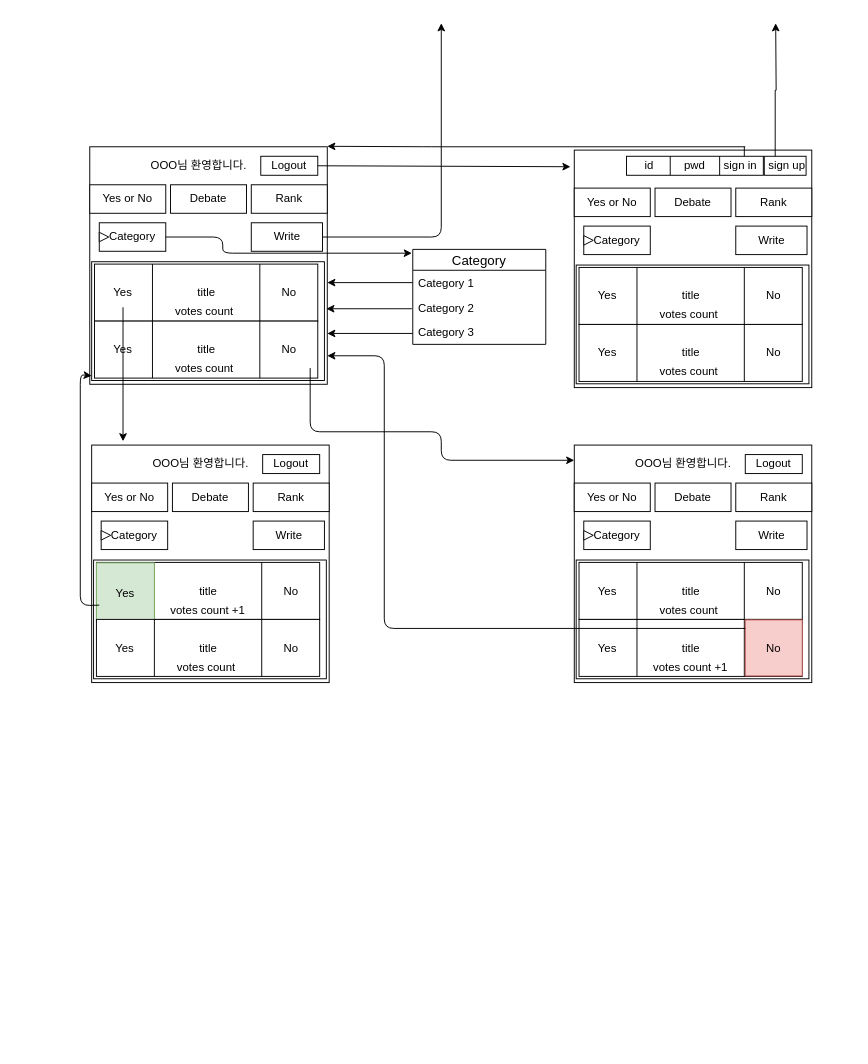
monchana/TalkCraft keeps this draw.io diagram as drawio_images/swpp201901_debate_Diagram.drawio. Above is the earlier version. Source tidied: cells renumbered, new cells numbered last; positions are measured from the earlier drawing's top-left corner, leaving out a move shared by most shapes. Both pictures are drawn from the tidied source at 95%, with x=0, y=0 at pixel (80, 23).
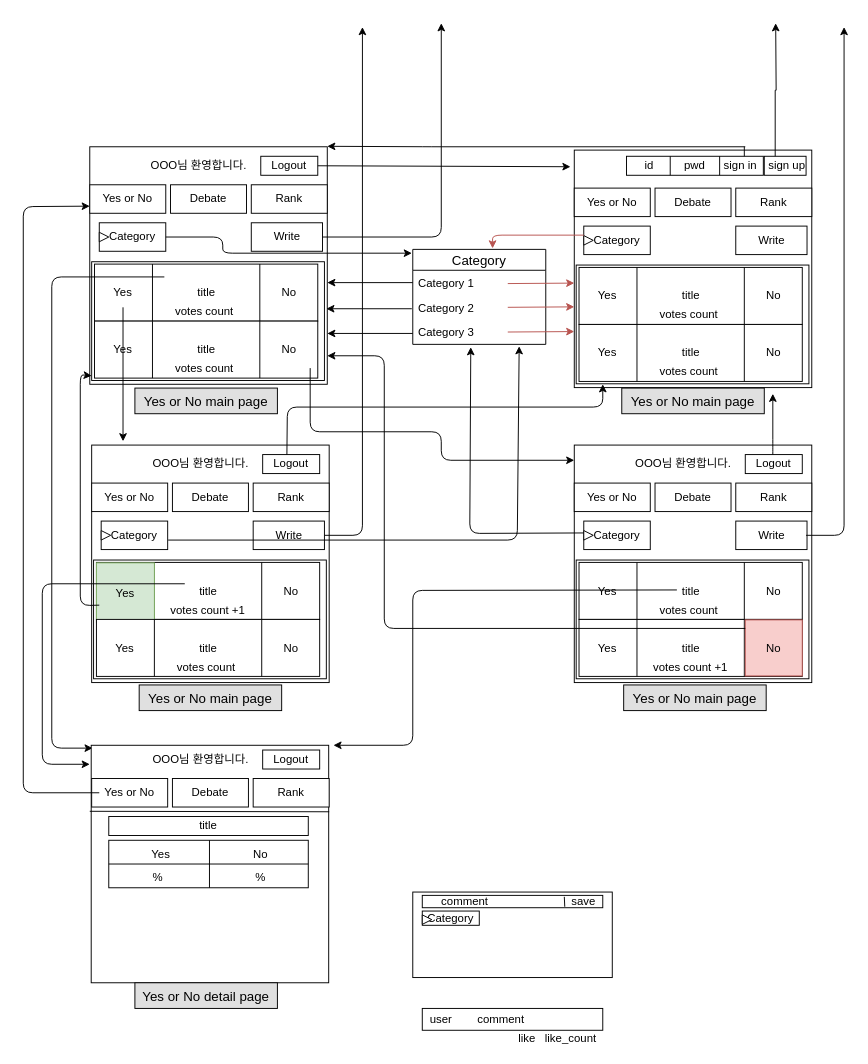
The same page after the edit.

Unchanged cells that the change refers to:
```xml
<mxCell id="6" style="rounded=0;whiteSpace=wrap;html=1;" parent="1" vertex="1">
  <mxGeometry x="10" y="170" width="80" height="30" as="geometry" />
</mxCell>
<mxCell id="18" value="Category" style="swimlane;fontStyle=0;horizontal=1;startSize=22;fillColor=none;swimlaneFillColor=#ffffff;align=center;fontSize=14;" parent="1" vertex="1">
  <mxGeometry x="350" y="238" width="140" height="100" as="geometry" />
</mxCell>
<mxCell id="21" value="Category 3" style="text;strokeColor=none;fillColor=none;spacingLeft=4;spacingRight=4;overflow=hidden;points=[[0,0.5],[1,0.5]];portConstraint=eastwest;fontSize=12;" parent="18" vertex="1">
  <mxGeometry y="74" width="140" height="26" as="geometry" />
</mxCell>
```

The edit, as a diff of the source:
```diff
@@
+    <mxCell id="122" style="endArrow=classic;html=1;entryX=-0.02;entryY=0.566;entryDx=0;entryDy=0;entryPerimeter=0;fillColor=#f8cecc;strokeColor=#b85450;" parent="18" edge="1">
+      <mxGeometry relative="1" as="geometry">
+        <mxPoint x="100" y="87" as="sourcePoint" />
+        <mxPoint x="170" y="86.5" as="targetPoint" />
+      </mxGeometry>
+    </mxCell>
@@
+    <mxCell id="123" style="endArrow=classic;html=1;entryX=0.6;entryY=-0.01;entryDx=0;entryDy=0;entryPerimeter=0;fillColor=#f8cecc;strokeColor=#b85450;" parent="1" edge="1" target="18">
+      <mxGeometry relative="1" as="geometry">
+        <mxPoint x="530" y="223" as="sourcePoint" />
+        <Array as="points">
+          <mxPoint x="434" y="223" />
+        </Array>
+      </mxGeometry>
+    </mxCell>
+    <mxCell id="124" style="endArrow=classic;html=1;entryX=-0.02;entryY=0.566;entryDx=0;entryDy=0;entryPerimeter=0;fillColor=#f8cecc;strokeColor=#b85450;" parent="1" edge="1">
+      <mxGeometry relative="1" as="geometry">
+        <mxPoint x="450" y="299" as="sourcePoint" />
+        <mxPoint x="520" y="298.5" as="targetPoint" />
+      </mxGeometry>
+    </mxCell>
+    <mxCell id="125" style="endArrow=classic;html=1;entryX=-0.02;entryY=0.566;entryDx=0;entryDy=0;entryPerimeter=0;fillColor=#f8cecc;strokeColor=#b85450;" parent="1" edge="1">
+      <mxGeometry relative="1" as="geometry">
+        <mxPoint x="450" y="274" as="sourcePoint" />
+        <mxPoint x="520" y="273.5" as="targetPoint" />
+      </mxGeometry>
+    </mxCell>
+    <mxCell id="126" style="endArrow=classic;html=1;" parent="1" edge="1">
+      <mxGeometry relative="1" as="geometry">
+        <mxPoint x="257" y="539" as="sourcePoint" />
+        <mxPoint x="297" y="4" as="targetPoint" />
+        <Array as="points">
+          <mxPoint x="297" y="539" />
+        </Array>
+      </mxGeometry>
+    </mxCell>
+    <mxCell id="127" style="endArrow=classic;html=1;" parent="1" edge="1">
+      <mxGeometry relative="1" as="geometry">
+        <mxPoint x="764" y="539" as="sourcePoint" />
+        <mxPoint x="804" y="4" as="targetPoint" />
+        <Array as="points">
+          <mxPoint x="804" y="539" />
+        </Array>
+      </mxGeometry>
+    </mxCell>
+    <mxCell id="128" style="endArrow=classic;html=1;" parent="1" edge="1">
+      <mxGeometry relative="1" as="geometry">
+        <mxPoint x="729" y="454" as="sourcePoint" />
+        <mxPoint x="729" y="390" as="targetPoint" />
+        <Array as="points">
+          <mxPoint x="729" y="448" />
+        </Array>
+      </mxGeometry>
+    </mxCell>
+    <mxCell id="129" style="endArrow=classic;html=1;" parent="1" edge="1">
+      <mxGeometry relative="1" as="geometry">
+        <mxPoint x="217.5" y="454" as="sourcePoint" />
+        <mxPoint x="550" y="380" as="targetPoint" />
+        <Array as="points">
+          <mxPoint x="218" y="404" />
+          <mxPoint x="550" y="404" />
+        </Array>
+      </mxGeometry>
+    </mxCell>
+    <mxCell id="130" style="endArrow=classic;html=1;entryX=0.436;entryY=1.115;entryDx=0;entryDy=0;entryPerimeter=0;" parent="1" edge="1" target="21">
+      <mxGeometry relative="1" as="geometry">
+        <mxPoint x="530" y="536.5" as="sourcePoint" />
+        <Array as="points">
+          <mxPoint x="410" y="537" />
+        </Array>
+      </mxGeometry>
+    </mxCell>
+    <mxCell id="131" style="endArrow=classic;html=1;entryX=0.8;entryY=1.077;entryDx=0;entryDy=0;entryPerimeter=0;" parent="1" edge="1" target="21">
+      <mxGeometry relative="1" as="geometry">
+        <mxPoint x="92.5" y="544" as="sourcePoint" />
+        <Array as="points">
+          <mxPoint x="460" y="544" />
+        </Array>
+      </mxGeometry>
+    </mxCell>
+    <mxCell id="132" style="endArrow=classic;html=1;entryX=0.006;entryY=0.012;entryDx=0;entryDy=0;entryPerimeter=0;" parent="1" edge="1" target="133">
+      <mxGeometry relative="1" as="geometry">
+        <mxPoint x="88.5" y="267" as="sourcePoint" />
+        <Array as="points">
+          <mxPoint x="-30" y="267" />
+          <mxPoint x="-30" y="763" />
+        </Array>
+      </mxGeometry>
+    </mxCell>
+    <mxCell id="133" style="whiteSpace=wrap;html=1;" parent="1" vertex="1">
+      <mxGeometry x="11.5" y="760" width="250" height="250" as="geometry" />
+    </mxCell>
+    <mxCell id="134" style="endArrow=classic;html=1;entryX=1.02;entryY=0;entryDx=0;entryDy=0;entryPerimeter=0;" parent="1" edge="1" target="133">
+      <mxGeometry relative="1" as="geometry">
+        <mxPoint x="628" y="596.5" as="sourcePoint" />
+        <Array as="points">
+          <mxPoint x="350" y="597" />
+          <mxPoint x="350" y="760" />
+        </Array>
+      </mxGeometry>
+    </mxCell>
+    <mxCell id="135" value="Yes or No main page" style="text;align=center;verticalAlign=middle;spacingLeft=4;spacingRight=4;strokeColor=#000000;fillColor=#e0e0e0;fontSize=14;" parent="1" vertex="1">
+      <mxGeometry x="57.5" y="384" width="150" height="27" as="geometry" />
+    </mxCell>
+    <mxCell id="136" value="Yes or No main page" style="text;align=center;verticalAlign=middle;spacingLeft=4;spacingRight=4;strokeColor=#000000;fillColor=#e0e0e0;fontSize=14;" parent="1" vertex="1">
+      <mxGeometry x="570" y="384" width="150" height="27" as="geometry" />
+    </mxCell>
+    <mxCell id="137" value="Yes or No main page" style="text;align=center;verticalAlign=middle;spacingLeft=4;spacingRight=4;strokeColor=#000000;fillColor=#e0e0e0;fontSize=14;" parent="1" vertex="1">
+      <mxGeometry x="572" y="696.5" width="150" height="27" as="geometry" />
+    </mxCell>
+    <mxCell id="138" value="Yes or No main page" style="text;align=center;verticalAlign=middle;spacingLeft=4;spacingRight=4;strokeColor=#000000;fillColor=#e0e0e0;fontSize=14;" parent="1" vertex="1">
+      <mxGeometry x="62" y="696.5" width="150" height="27" as="geometry" />
+    </mxCell>
+    <mxCell id="139" style="endArrow=classic;html=1;" parent="1" edge="1">
+      <mxGeometry relative="1" as="geometry">
+        <mxPoint x="110" y="590" as="sourcePoint" />
+        <mxPoint x="10" y="780" as="targetPoint" />
+        <Array as="points">
+          <mxPoint x="-40" y="590" />
+          <mxPoint x="-40" y="780" />
+        </Array>
+      </mxGeometry>
+    </mxCell>
+    <mxCell id="140" value="Yes or No detail page" style="text;align=center;verticalAlign=middle;spacingLeft=4;spacingRight=4;strokeColor=#000000;fillColor=#e0e0e0;fontSize=14;" parent="1" vertex="1">
+      <mxGeometry x="57.5" y="1010" width="150" height="27" as="geometry" />
+    </mxCell>
+    <mxCell id="141" style="rounded=0;whiteSpace=wrap;html=1;" parent="1" vertex="1">
+      <mxGeometry x="192" y="765" width="60" height="20" as="geometry" />
+    </mxCell>
+    <mxCell id="142" value="Logout" style="text;html=1;strokeColor=none;fillColor=none;align=center;verticalAlign=middle;whiteSpace=wrap;rounded=0;" parent="1" vertex="1">
+      <mxGeometry x="202" y="765" width="40" height="20" as="geometry" />
+    </mxCell>
+    <mxCell id="143" style="rounded=0;whiteSpace=wrap;html=1;" parent="1" vertex="1">
+      <mxGeometry x="12" y="795" width="80" height="30" as="geometry" />
+    </mxCell>
+    <mxCell id="144" value="Yes or No" style="text;html=1;strokeColor=none;fillColor=none;align=center;verticalAlign=middle;whiteSpace=wrap;rounded=0;" parent="1" vertex="1">
+      <mxGeometry x="22" y="800" width="60" height="20" as="geometry" />
+    </mxCell>
+    <mxCell id="145" style="rounded=0;whiteSpace=wrap;html=1;" parent="1" vertex="1">
+      <mxGeometry x="97" y="795" width="80" height="30" as="geometry" />
+    </mxCell>
+    <mxCell id="146" value="Debate" style="text;html=1;strokeColor=none;fillColor=none;align=center;verticalAlign=middle;whiteSpace=wrap;rounded=0;" parent="1" vertex="1">
+      <mxGeometry x="117" y="800" width="40" height="20" as="geometry" />
+    </mxCell>
+    <mxCell id="147" style="rounded=0;whiteSpace=wrap;html=1;" parent="1" vertex="1">
+      <mxGeometry x="182" y="795" width="80" height="30" as="geometry" />
+    </mxCell>
+    <mxCell id="148" value="Rank" style="text;html=1;strokeColor=none;fillColor=none;align=center;verticalAlign=middle;whiteSpace=wrap;rounded=0;" parent="1" vertex="1">
+      <mxGeometry x="202" y="800" width="40" height="20" as="geometry" />
+    </mxCell>
+    <mxCell id="149" value="OOO님 환영합니다." style="text;html=1;strokeColor=none;fillColor=none;align=center;verticalAlign=middle;whiteSpace=wrap;rounded=0;" parent="1" vertex="1">
+      <mxGeometry x="67" y="765" width="120" height="20" as="geometry" />
+    </mxCell>
+    <mxCell id="150" style="endArrow=classic;html=1;entryX=0;entryY=0.75;entryDx=0;entryDy=0;" parent="1" edge="1" target="6">
+      <mxGeometry relative="1" as="geometry">
+        <mxPoint x="20" y="810" as="sourcePoint" />
+        <Array as="points">
+          <mxPoint x="-60" y="810" />
+          <mxPoint x="-60" y="193" />
+        </Array>
+      </mxGeometry>
+    </mxCell>
+    <mxCell id="151" style="endArrow=none;html=1;entryX=1.002;entryY=0.28;entryDx=0;entryDy=0;entryPerimeter=0;" parent="1" edge="1" target="133">
+      <mxGeometry relative="1" as="geometry">
+        <mxPoint x="10" y="829.5" as="sourcePoint" />
+      </mxGeometry>
+    </mxCell>
+    <mxCell id="152" style="rounded=0;whiteSpace=wrap;html=1;" parent="1" vertex="1">
+      <mxGeometry x="30" y="835" width="210" height="20" as="geometry" />
+    </mxCell>
+    <mxCell id="153" value="title" style="text;html=1;strokeColor=none;fillColor=none;align=center;verticalAlign=middle;whiteSpace=wrap;rounded=0;" parent="1" vertex="1">
+      <mxGeometry x="50" y="835" width="170" height="20" as="geometry" />
+    </mxCell>
+    <mxCell id="154" style="shape=internalStorage;whiteSpace=wrap;html=1;backgroundOutline=1;dx=106;dy=25;" parent="1" vertex="1">
+      <mxGeometry x="30" y="860" width="210" height="50" as="geometry" />
+    </mxCell>
+    <mxCell id="155" value="Yes" style="text;html=1;strokeColor=none;fillColor=none;align=center;verticalAlign=middle;whiteSpace=wrap;rounded=0;" parent="1" vertex="1">
+      <mxGeometry x="45" y="865" width="80" height="20" as="geometry" />
+    </mxCell>
+    <mxCell id="156" value="No" style="text;html=1;strokeColor=none;fillColor=none;align=center;verticalAlign=middle;whiteSpace=wrap;rounded=0;" parent="1" vertex="1">
+      <mxGeometry x="150" y="865" width="80" height="20" as="geometry" />
+    </mxCell>
+    <mxCell id="157" value="%" style="text;html=1;strokeColor=none;fillColor=none;align=center;verticalAlign=middle;whiteSpace=wrap;rounded=0;" parent="1" vertex="1">
+      <mxGeometry x="42" y="889" width="80" height="20" as="geometry" />
+    </mxCell>
+    <mxCell id="158" value="%" style="text;html=1;strokeColor=none;fillColor=none;align=center;verticalAlign=middle;whiteSpace=wrap;rounded=0;" parent="1" vertex="1">
+      <mxGeometry x="150" y="889" width="80" height="20" as="geometry" />
+    </mxCell>
+    <mxCell id="159" style="rounded=0;whiteSpace=wrap;html=1;" parent="1" vertex="1">
+      <mxGeometry x="350" y="914.5" width="210" height="90" as="geometry" />
+    </mxCell>
+    <mxCell id="160" style="rounded=0;whiteSpace=wrap;html=1;" parent="1" vertex="1">
+      <mxGeometry x="360" y="918" width="190" height="13" as="geometry" />
+    </mxCell>
+    <mxCell id="161" value="comment" style="text;html=1;strokeColor=none;fillColor=none;align=center;verticalAlign=middle;whiteSpace=wrap;rounded=0;" parent="1" vertex="1">
+      <mxGeometry x="360" y="914.5" width="90" height="20" as="geometry" />
+    </mxCell>
+    <mxCell id="162" value="save" style="text;html=1;strokeColor=none;fillColor=none;align=center;verticalAlign=middle;whiteSpace=wrap;rounded=0;" parent="1" vertex="1">
+      <mxGeometry x="510" y="914.5" width="40" height="20" as="geometry" />
+    </mxCell>
+    <mxCell id="163" style="endArrow=none;html=1;" parent="1" edge="1">
+      <mxGeometry relative="1" as="geometry">
+        <mxPoint x="510" y="930" as="sourcePoint" />
+        <mxPoint x="509.5" y="919.5" as="targetPoint" />
+      </mxGeometry>
+    </mxCell>
+    <mxCell id="164" value="Category" style="html=1;whiteSpace=wrap;" parent="1" vertex="1">
+      <mxGeometry x="360" y="934.5" width="60" height="15" as="geometry" />
+    </mxCell>
+    <mxCell id="165" style="triangle;html=1;whiteSpace=wrap;" parent="164" vertex="1">
+      <mxGeometry y="4" width="10" height="10" as="geometry" />
+    </mxCell>
+    <mxCell id="166" style="rounded=0;whiteSpace=wrap;html=1;" parent="1" vertex="1">
+      <mxGeometry x="360" y="1037" width="190" height="23" as="geometry" />
+    </mxCell>
+    <mxCell id="167" value="comment" style="text;html=1;strokeColor=none;fillColor=none;align=center;verticalAlign=middle;whiteSpace=wrap;rounded=0;" parent="1" vertex="1">
+      <mxGeometry x="403" y="1038.5" width="80" height="20" as="geometry" />
+    </mxCell>
+    <mxCell id="168" value="user&lt;br&gt;" style="text;html=1;strokeColor=none;fillColor=none;align=center;verticalAlign=middle;whiteSpace=wrap;rounded=0;" parent="1" vertex="1">
+      <mxGeometry x="360" y="1038.5" width="40" height="20" as="geometry" />
+    </mxCell>
+    <mxCell id="169" value="like &amp;nbsp; like_count" style="text;html=1;strokeColor=none;fillColor=none;align=center;verticalAlign=middle;whiteSpace=wrap;rounded=0;" parent="1" vertex="1">
+      <mxGeometry x="430" y="1058.5" width="145" height="20" as="geometry" />
+    </mxCell>
```
